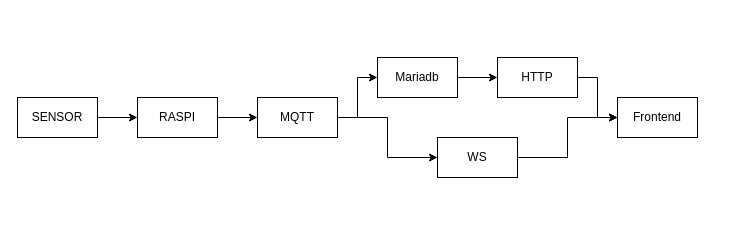
Above: Flow HEB.drawio in Henzine/heb-flow (draw.io), before the change. Source tidied: cells renumbered, new cells numbered last; positions are measured from the earlier drawing's top-left corner, leaving out a move shared by most shapes. Both pictures are drawn from the tidied source at 100%, with x=0, y=0 at pixel (17, 57).
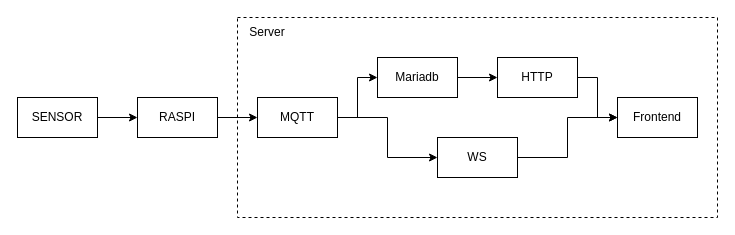
Above is the later version.

What changed in the source:
```diff
@@
 <mxGraphModel>
   <root>
     <mxCell id="0" />
     <mxCell id="1" parent="0" />
     <mxCell id="2" style="edgeStyle=orthogonalEdgeStyle;rounded=0;jettySize=auto;html=1;entryX=0;entryY=0.5;entryDx=0;entryDy=0;" parent="1" edge="1" source="3" target="5">
       <mxGeometry relative="1" as="geometry" />
     </mxCell>
     <mxCell id="3" value="SENSOR" style="rounded=0;whiteSpace=wrap;html=1;" parent="1" vertex="1">
       <mxGeometry y="40" width="80" height="40" as="geometry" />
     </mxCell>
     <mxCell id="4" style="edgeStyle=orthogonalEdgeStyle;rounded=0;jettySize=auto;html=1;" parent="1" edge="1" source="5" target="8">
       <mxGeometry relative="1" as="geometry" />
     </mxCell>
     <mxCell id="5" value="RASPI" style="rounded=0;whiteSpace=wrap;html=1;" parent="1" vertex="1">
       <mxGeometry x="120" y="40" width="80" height="40" as="geometry" />
     </mxCell>
     <mxCell id="6" style="edgeStyle=orthogonalEdgeStyle;rounded=0;jettySize=auto;html=1;" parent="1" edge="1" source="8" target="10">
       <mxGeometry relative="1" as="geometry" />
     </mxCell>
     <mxCell id="7" style="edgeStyle=orthogonalEdgeStyle;rounded=0;jettySize=auto;html=1;" parent="1" edge="1" source="8" target="12">
       <mxGeometry relative="1" as="geometry" />
     </mxCell>
     <mxCell id="8" value="MQTT" style="rounded=0;whiteSpace=wrap;html=1;" parent="1" vertex="1">
       <mxGeometry x="240" y="40" width="80" height="40" as="geometry" />
     </mxCell>
     <mxCell id="9" style="edgeStyle=orthogonalEdgeStyle;rounded=0;jettySize=auto;html=1;entryX=0;entryY=0.5;entryDx=0;entryDy=0;" parent="1" edge="1" source="10" target="14">
       <mxGeometry relative="1" as="geometry" />
     </mxCell>
     <mxCell id="10" value="Mariadb" style="rounded=0;whiteSpace=wrap;html=1;" parent="1" vertex="1">
       <mxGeometry x="360" width="80" height="40" as="geometry" />
     </mxCell>
     <mxCell id="11" style="edgeStyle=orthogonalEdgeStyle;rounded=0;jettySize=auto;html=1;entryX=0;entryY=0.5;entryDx=0;entryDy=0;" parent="1" edge="1" source="12" target="15">
       <mxGeometry relative="1" as="geometry" />
     </mxCell>
     <mxCell id="12" value="WS" style="rounded=0;whiteSpace=wrap;html=1;" parent="1" vertex="1">
       <mxGeometry x="420" y="80" width="80" height="40" as="geometry" />
     </mxCell>
     <mxCell id="13" style="edgeStyle=orthogonalEdgeStyle;rounded=0;jettySize=auto;html=1;" parent="1" edge="1" source="14" target="15">
       <mxGeometry relative="1" as="geometry" />
     </mxCell>
     <mxCell id="14" value="HTTP" style="rounded=0;whiteSpace=wrap;html=1;" parent="1" vertex="1">
       <mxGeometry x="480" width="80" height="40" as="geometry" />
     </mxCell>
     <mxCell id="15" value="Frontend" style="rounded=0;whiteSpace=wrap;html=1;" parent="1" vertex="1">
       <mxGeometry x="600" y="40" width="80" height="40" as="geometry" />
     </mxCell>
+    <mxCell id="16" style="rounded=0;whiteSpace=wrap;html=1;fillColor=none;dashed=1;align=left;" parent="1" vertex="1">
+      <mxGeometry x="220" y="-40" width="480" height="200" as="geometry" />
+    </mxCell>
+    <mxCell id="17" value="Server" style="text;html=1;align=center;verticalAlign=middle;whiteSpace=wrap;rounded=0;" parent="1" vertex="1">
+      <mxGeometry x="220" y="-40" width="60" height="30" as="geometry" />
+    </mxCell>
   </root>
 </mxGraphModel>
```
